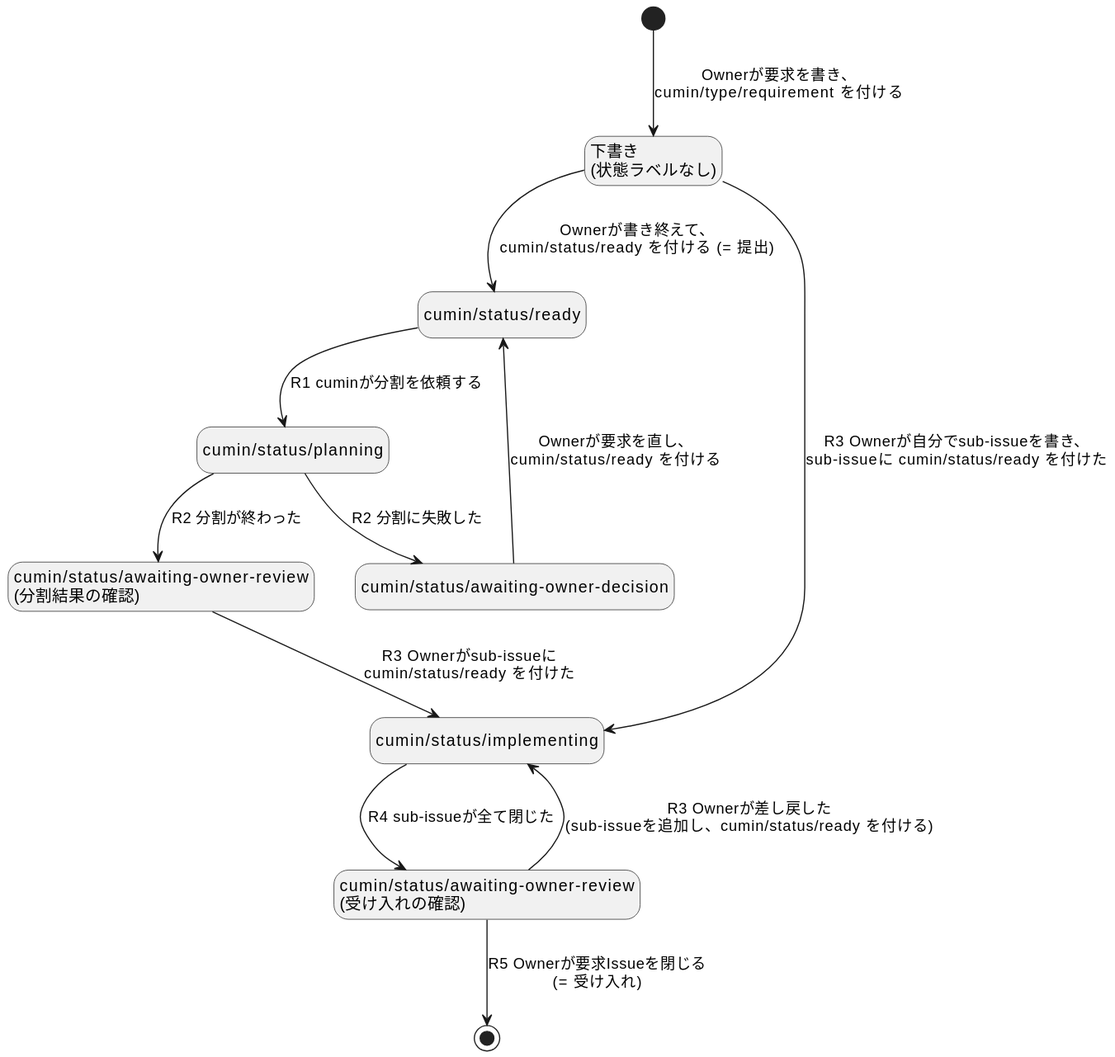
Before: docs/ja/requirements/workflow/requirement-issue-states.svg, a diagram exported from PlantUML (cloveclovedev/cumin-works).
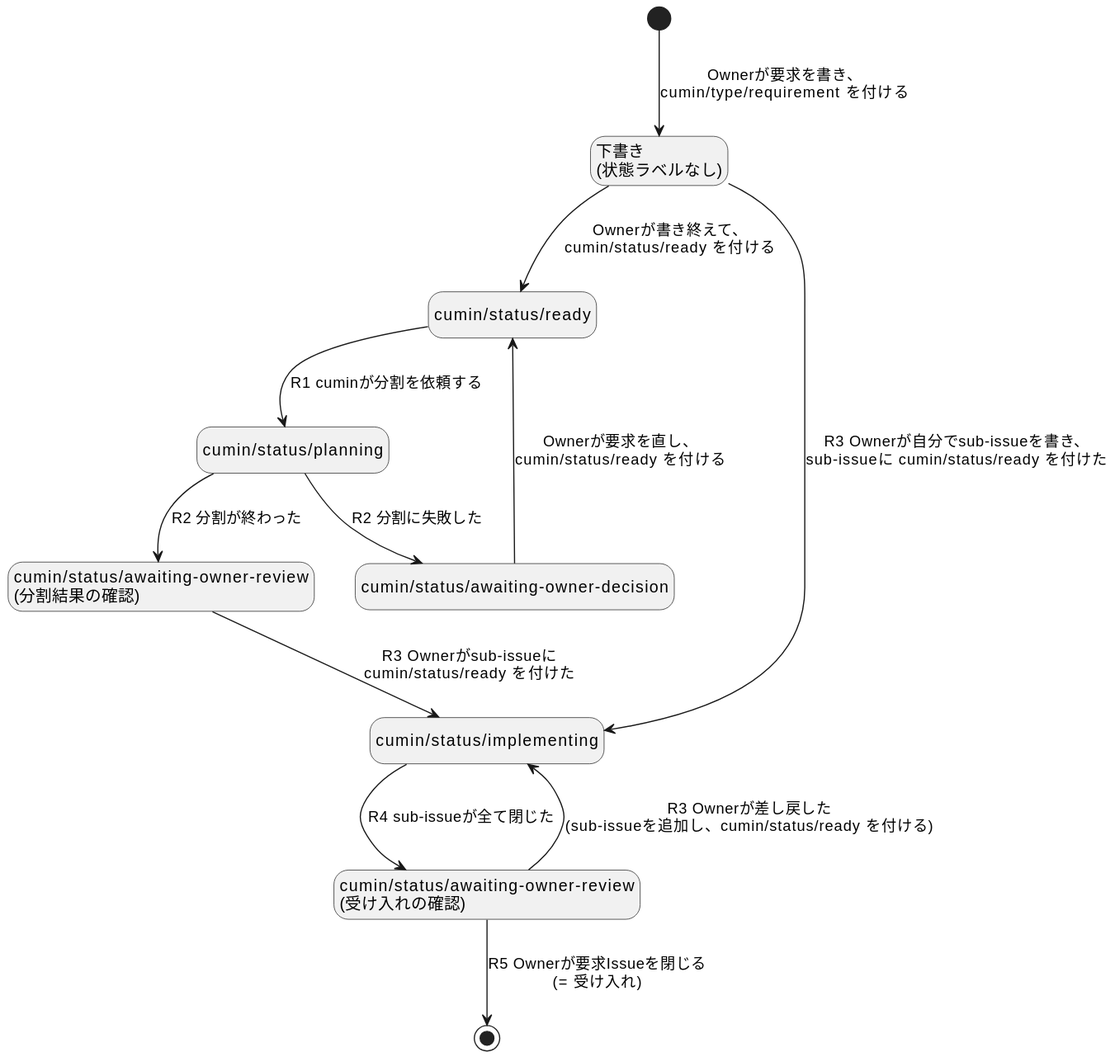
The same file after the commit.

Commit message:
docs: remove redundant wording about requirement submission

The edit, as a diff of the source:
```diff
@@ -11,7 +11,7 @@
 state "cumin/status/awaiting-owner-decision" as Decision
 
 [*] --> Draft : Ownerが要求を書き、\ncumin/type/requirement を付ける
-Draft --> Ready : Ownerが書き終えて、\ncumin/status/ready を付ける (= 提出)
+Draft --> Ready : Ownerが書き終えて、\ncumin/status/ready を付ける
 Draft --> Implementing : R3 Ownerが自分でsub-issueを書き、\nsub-issueに cumin/status/ready を付けた
 Planning --> PlanReview : R2 分割が終わった
 Planning --> Decision : R2 分割に失敗した
```
